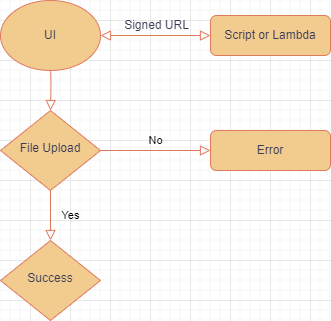
Before: pre-signed-s3/diagram.png, a diagram exported from draw.io (bruno-g-galvan/redcloud-web-test). Source tidied: cells renumbered, new cells last; positions are measured from the earlier drawing's top-left corner, leaving out a move shared by most shapes.
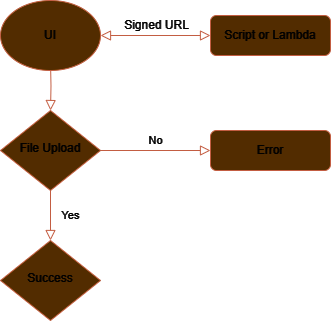
The same diagram one commit later.

What changed in the source:
```diff
@@ -2,40 +2,40 @@
   <root>
     <mxCell id="0" />
     <mxCell id="1" parent="0" />
-    <mxCell id="2" style="rounded=0;html=1;jettySize=auto;fontSize=11;endArrow=block;endFill=0;endSize=8;strokeWidth=1;shadow=0;labelBackgroundColor=none;edgeStyle=orthogonalEdgeStyle;strokeColor=#E07A5F;fontColor=default;" parent="1" edge="1" target="7">
+    <mxCell id="2" style="rounded=0;html=1;jettySize=auto;fontSize=11;endArrow=block;endFill=0;endSize=8;strokeWidth=1;shadow=0;labelBackgroundColor=none;edgeStyle=orthogonalEdgeStyle;strokeColor=#E07A5F;fontColor=#ffffff;" parent="1" edge="1" target="7">
       <mxGeometry relative="1" as="geometry">
         <mxPoint x="50" y="60" as="sourcePoint" />
       </mxGeometry>
     </mxCell>
-    <mxCell id="3" style="edgeStyle=none;curved=1;rounded=0;jettySize=auto;html=1;fontSize=12;startSize=8;endSize=8;strokeColor=#E07A5F;startArrow=block;startFill=0;labelBackgroundColor=none;fontColor=default;endArrow=block;endFill=0;" parent="1" edge="1" target="10">
+    <mxCell id="3" style="edgeStyle=none;curved=1;rounded=0;jettySize=auto;html=1;fontSize=12;startSize=8;endSize=8;strokeColor=#E07A5F;startArrow=block;startFill=0;labelBackgroundColor=none;fontColor=#ffffff;endArrow=block;endFill=0;" parent="1" edge="1" target="10">
       <mxGeometry relative="1" as="geometry">
         <mxPoint x="100" y="35" as="sourcePoint" />
       </mxGeometry>
     </mxCell>
-    <mxCell id="4" value="Signed URL" style="edgeLabel;html=1;align=center;verticalAlign=middle;fontSize=12;labelBackgroundColor=none;fontColor=#393C56;" parent="3" vertex="1">
+    <mxCell id="4" value="Signed URL" style="edgeLabel;html=1;align=center;verticalAlign=middle;fontSize=12;labelBackgroundColor=none;fontColor=#ffffff;" parent="3" vertex="1">
       <mxGeometry x="-0.07" y="-2" relative="1" as="geometry">
         <mxPoint x="5" y="-12" as="offset" />
       </mxGeometry>
     </mxCell>
-    <mxCell id="5" value="Yes" style="rounded=0;html=1;jettySize=auto;fontSize=11;endArrow=block;endFill=0;endSize=8;strokeWidth=1;shadow=0;labelBackgroundColor=none;edgeStyle=orthogonalEdgeStyle;strokeColor=#E07A5F;fontColor=default;" parent="1" edge="1" source="7" target="9">
+    <mxCell id="5" value="Yes" style="rounded=0;html=1;jettySize=auto;fontSize=11;endArrow=block;endFill=0;endSize=8;strokeWidth=1;shadow=0;labelBackgroundColor=none;edgeStyle=orthogonalEdgeStyle;strokeColor=#E07A5F;fontColor=#ffffff;" parent="1" edge="1" source="7" target="9">
       <mxGeometry y="20" relative="1" as="geometry" />
     </mxCell>
-    <mxCell id="6" value="No" style="edgeStyle=orthogonalEdgeStyle;rounded=0;html=1;jettySize=auto;fontSize=11;endArrow=block;endFill=0;endSize=8;strokeWidth=1;shadow=0;labelBackgroundColor=none;strokeColor=#E07A5F;fontColor=default;" parent="1" edge="1" source="7" target="8">
+    <mxCell id="6" value="No" style="edgeStyle=orthogonalEdgeStyle;rounded=0;html=1;jettySize=auto;fontSize=11;endArrow=block;endFill=0;endSize=8;strokeWidth=1;shadow=0;labelBackgroundColor=none;strokeColor=#E07A5F;fontColor=#ffffff;" parent="1" edge="1" source="7" target="8">
       <mxGeometry y="10" relative="1" as="geometry" />
     </mxCell>
-    <mxCell id="7" value="File Upload" style="rhombus;whiteSpace=wrap;html=1;shadow=0;fontFamily=Helvetica;fontSize=12;align=center;strokeWidth=1;spacing=6;spacingTop=-4;labelBackgroundColor=none;fillColor=#F2CC8F;strokeColor=#E07A5F;fontColor=#393C56;" parent="1" vertex="1">
+    <mxCell id="7" value="File Upload" style="rhombus;whiteSpace=wrap;html=1;shadow=0;fontFamily=Helvetica;fontSize=12;align=center;strokeWidth=1;spacing=6;spacingTop=-4;labelBackgroundColor=none;fillColor=#F2CC8F;strokeColor=#E07A5F;fontColor=#ffffff;" parent="1" vertex="1">
       <mxGeometry y="110" width="100" height="80" as="geometry" />
     </mxCell>
-    <mxCell id="8" value="Error" style="rounded=1;whiteSpace=wrap;html=1;fontSize=12;glass=0;strokeWidth=1;shadow=0;labelBackgroundColor=none;fillColor=#F2CC8F;strokeColor=#E07A5F;fontColor=#393C56;" parent="1" vertex="1">
+    <mxCell id="8" value="Error" style="rounded=1;whiteSpace=wrap;html=1;fontSize=12;glass=0;strokeWidth=1;shadow=0;labelBackgroundColor=none;fillColor=#F2CC8F;strokeColor=#E07A5F;fontColor=#ffffff;" parent="1" vertex="1">
       <mxGeometry x="210" y="130" width="120" height="40" as="geometry" />
     </mxCell>
-    <mxCell id="9" value="Success" style="rhombus;whiteSpace=wrap;html=1;shadow=0;fontFamily=Helvetica;fontSize=12;align=center;strokeWidth=1;spacing=6;spacingTop=-4;labelBackgroundColor=none;fillColor=#F2CC8F;strokeColor=#E07A5F;fontColor=#393C56;" parent="1" vertex="1">
+    <mxCell id="9" value="Success" style="rhombus;whiteSpace=wrap;html=1;shadow=0;fontFamily=Helvetica;fontSize=12;align=center;strokeWidth=1;spacing=6;spacingTop=-4;labelBackgroundColor=none;fillColor=#F2CC8F;strokeColor=#E07A5F;fontColor=#ffffff;" parent="1" vertex="1">
       <mxGeometry y="240" width="100" height="80" as="geometry" />
     </mxCell>
-    <mxCell id="10" value="Script or Lambda" style="rounded=1;whiteSpace=wrap;html=1;fontSize=12;glass=0;strokeWidth=1;shadow=0;labelBackgroundColor=none;fillColor=#F2CC8F;strokeColor=#E07A5F;fontColor=#393C56;" parent="1" vertex="1">
+    <mxCell id="10" value="Script or Lambda" style="rounded=1;whiteSpace=wrap;html=1;fontSize=12;glass=0;strokeWidth=1;shadow=0;labelBackgroundColor=none;fillColor=#F2CC8F;strokeColor=#E07A5F;fontColor=#ffffff;" parent="1" vertex="1">
       <mxGeometry x="210" y="15" width="120" height="40" as="geometry" />
     </mxCell>
-    <mxCell id="11" value="UI" style="ellipse;whiteSpace=wrap;html=1;labelBackgroundColor=none;fillColor=#F2CC8F;strokeColor=#E07A5F;fontColor=#393C56;" parent="1" vertex="1">
+    <mxCell id="11" value="UI" style="ellipse;whiteSpace=wrap;html=1;labelBackgroundColor=none;fillColor=#F2CC8F;strokeColor=#E07A5F;fontColor=#ffffff;" parent="1" vertex="1">
       <mxGeometry width="100" height="70" as="geometry" />
     </mxCell>
   </root>
```
